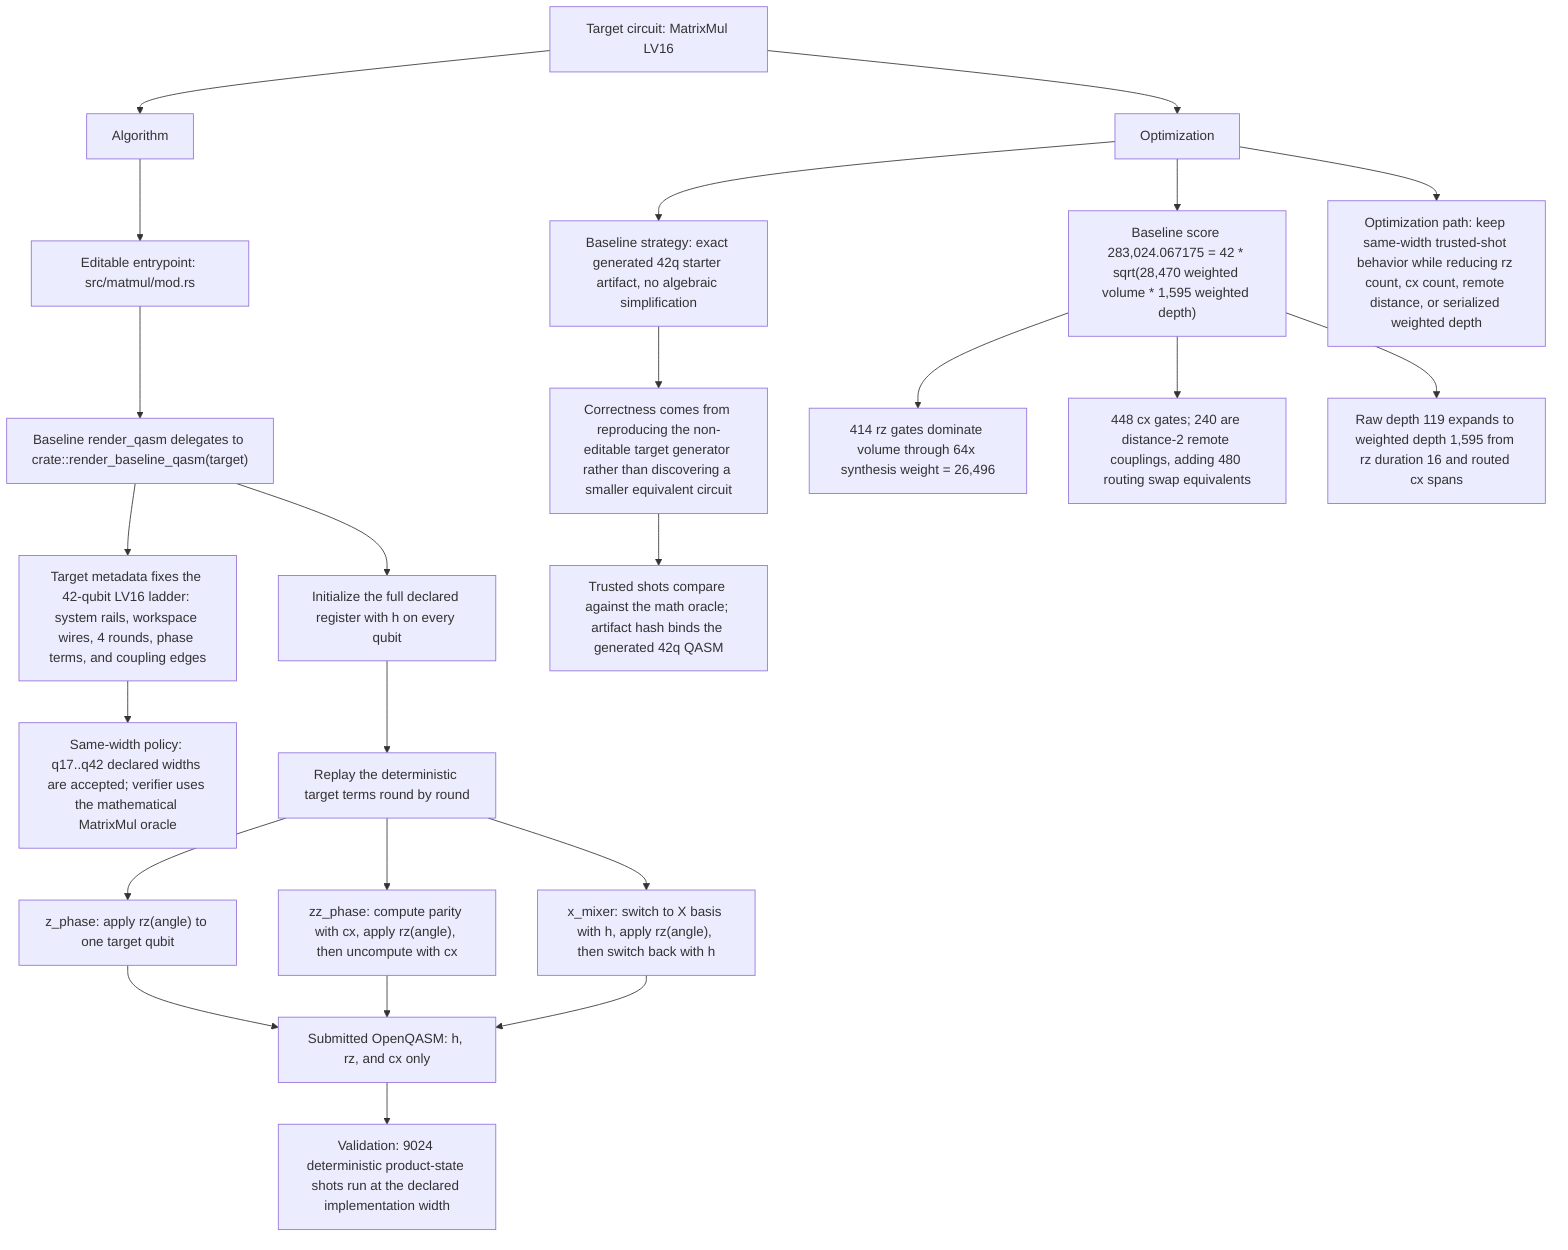
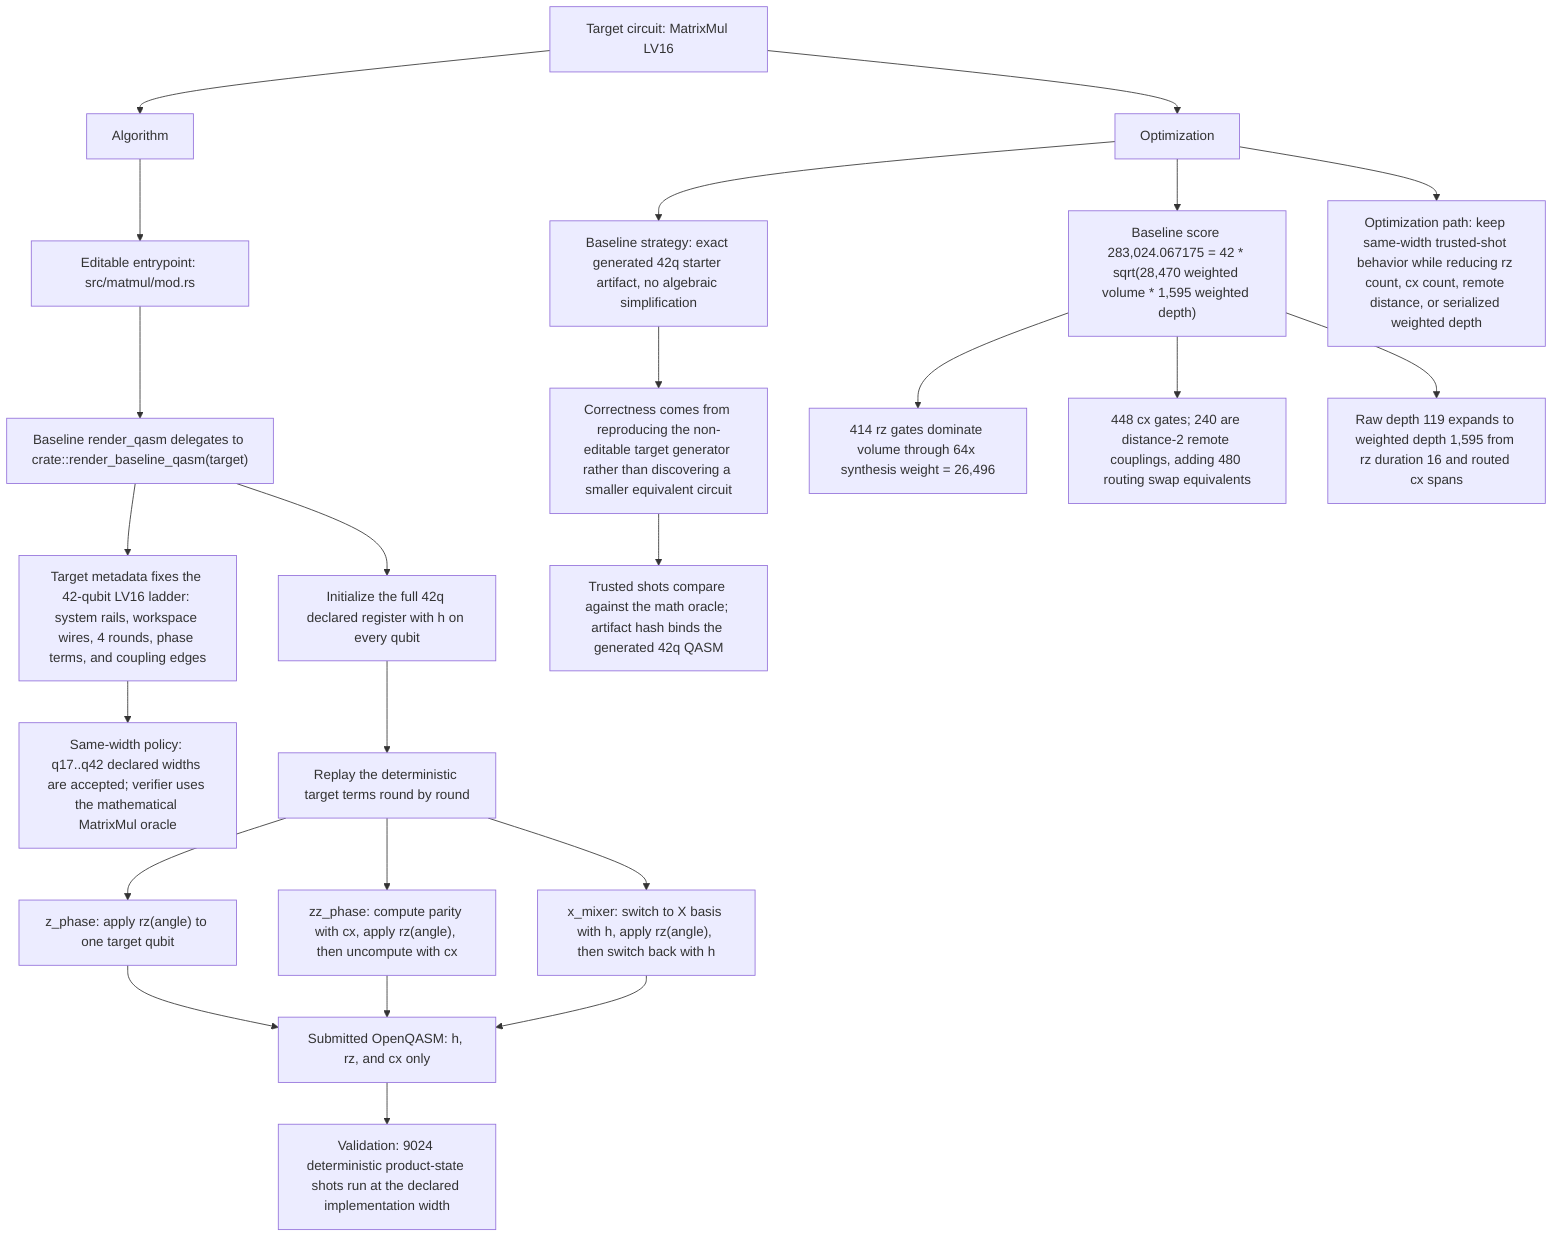
flowchart TD
  target["Target circuit: MatrixMul LV16"]
  algorithm["Algorithm"]
  optimization["Optimization"]

  target --> algorithm
  target --> optimization

  algorithm --> Editable["Editable entrypoint: src/matmul/mod.rs"]
  Editable --> Delegate["Baseline render_qasm delegates to crate::render_baseline_qasm(target)"]
  Delegate --> Metadata["Target metadata fixes the 42-qubit LV16 ladder: system rails, workspace wires, 4 rounds, phase terms, and coupling edges"]
  Metadata --> Policy["Same-width policy: q17..q42 declared widths are accepted; verifier uses the mathematical MatrixMul oracle"]
-   Delegate --> Prep["Initialize the full declared register with h on every qubit"]
+   Delegate --> Prep["Initialize the full 42q declared register with h on every qubit"]
  Prep --> Rounds["Replay the deterministic target terms round by round"]
  Rounds --> ZPhase["z_phase: apply rz(angle) to one target qubit"]
  Rounds --> ZZPhase["zz_phase: compute parity with cx, apply rz(angle), then uncompute with cx"]
  Rounds --> XMixer["x_mixer: switch to X basis with h, apply rz(angle), then switch back with h"]
  ZPhase --> QASM["Submitted OpenQASM: h, rz, and cx only"]
  ZZPhase --> QASM
  XMixer --> QASM
  QASM --> Validation["Validation: 9024 deterministic product-state shots run at the declared implementation width"]

  optimization --> Baseline["Baseline strategy: exact generated 42q starter artifact, no algebraic simplification"]
  Baseline --> Correctness["Correctness comes from reproducing the non-editable target generator rather than discovering a smaller equivalent circuit"]
  Correctness --> Hash["Trusted shots compare against the math oracle; artifact hash binds the generated 42q QASM"]
  optimization --> Score["Baseline score 283,024.067175 = 42 * sqrt(28,470 weighted volume * 1,595 weighted depth)"]
  Score --> Rotations["414 rz gates dominate volume through 64x synthesis weight = 26,496"]
  Score --> Entangling["448 cx gates; 240 are distance-2 remote couplings, adding 480 routing swap equivalents"]
  Score --> Depth["Raw depth 119 expands to weighted depth 1,595 from rz duration 16 and routed cx spans"]
  optimization --> Opportunity["Optimization path: keep same-width trusted-shot behavior while reducing rz count, cx count, remote distance, or serialized weighted depth"]
